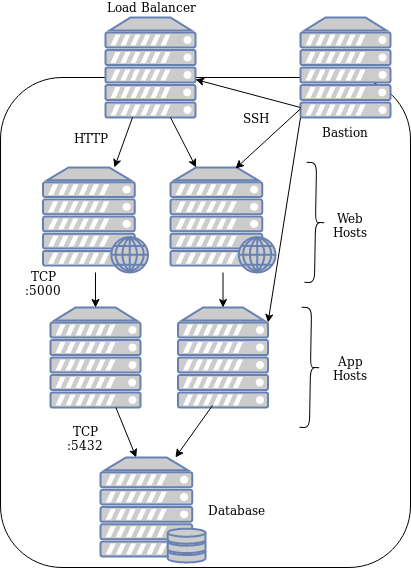
The draw.io diagram slides/img/cotd-bastion-arch.png in heytrav/ansible-workshop-2019, before a commit. Source tidied: cells renumbered, new cells last; positions are measured from the earlier drawing's top-left corner, leaving out a move shared by most shapes. Source of this version:
```xml
<mxGraphModel>
  <root>
    <mxCell id="0" />
    <mxCell id="1" parent="0" />
    <mxCell id="2" style="rounded=1;whiteSpace=wrap;html=1;" parent="1" vertex="1">
      <mxGeometry y="60" width="410" height="490" as="geometry" />
    </mxCell>
    <mxCell id="3" style="fontColor=#0066CC;verticalAlign=top;verticalLabelPosition=bottom;labelPosition=center;align=center;html=1;outlineConnect=0;fillColor=#CCCCCC;strokeColor=#6881B3;gradientColor=none;gradientDirection=north;strokeWidth=2;shape=mxgraph.networks.server;" parent="1" vertex="1">
      <mxGeometry x="50" y="290" width="90" height="100" as="geometry" />
    </mxCell>
    <mxCell id="4" style="fontColor=#0066CC;verticalAlign=top;verticalLabelPosition=bottom;labelPosition=center;align=center;html=1;outlineConnect=0;fillColor=#CCCCCC;strokeColor=#6881B3;gradientColor=none;gradientDirection=north;strokeWidth=2;shape=mxgraph.networks.web_server;" parent="1" vertex="1">
      <mxGeometry x="42.5" y="150" width="105" height="105" as="geometry" />
    </mxCell>
    <mxCell id="5" style="endArrow=classic;html=1;entryX=0.5;entryY=0;entryDx=0;entryDy=0;entryPerimeter=0;" parent="1" edge="1" source="4" target="3">
      <mxGeometry relative="1" as="geometry" />
    </mxCell>
    <mxCell id="6" style="fontColor=#0066CC;verticalAlign=top;verticalLabelPosition=bottom;labelPosition=center;align=center;html=1;outlineConnect=0;fillColor=#CCCCCC;strokeColor=#6881B3;gradientColor=none;gradientDirection=north;strokeWidth=2;shape=mxgraph.networks.server;" parent="1" vertex="1">
      <mxGeometry x="177.5" y="290" width="90" height="100" as="geometry" />
    </mxCell>
    <mxCell id="7" style="fontColor=#0066CC;verticalAlign=top;verticalLabelPosition=bottom;labelPosition=center;align=center;html=1;outlineConnect=0;fillColor=#CCCCCC;strokeColor=#6881B3;gradientColor=none;gradientDirection=north;strokeWidth=2;shape=mxgraph.networks.web_server;" parent="1" vertex="1">
      <mxGeometry x="170" y="150" width="105" height="105" as="geometry" />
    </mxCell>
    <mxCell id="8" style="endArrow=classic;html=1;entryX=0.5;entryY=0;entryDx=0;entryDy=0;entryPerimeter=0;" parent="1" edge="1" source="7" target="6">
      <mxGeometry relative="1" as="geometry" />
    </mxCell>
    <mxCell id="9" style="endArrow=classic;html=1;" parent="1" edge="1" source="3">
      <mxGeometry relative="1" as="geometry">
        <mxPoint x="135.7" y="440" as="targetPoint" />
      </mxGeometry>
    </mxCell>
    <mxCell id="10" style="endArrow=classic;html=1;exitX=0.383;exitY=0.98;exitDx=0;exitDy=0;exitPerimeter=0;" parent="1" edge="1" source="6">
      <mxGeometry relative="1" as="geometry">
        <mxPoint x="174.9" y="440" as="targetPoint" />
      </mxGeometry>
    </mxCell>
    <mxCell id="11" value="&amp;nbsp;&lt;font color=&quot;#000000&quot;&gt;Load Balancer&lt;/font&gt;" style="fontColor=#0066CC;verticalAlign=bottom;verticalLabelPosition=top;labelPosition=center;align=center;html=1;outlineConnect=0;fillColor=#CCCCCC;strokeColor=#6881B3;gradientColor=none;gradientDirection=north;strokeWidth=2;shape=mxgraph.networks.server;" parent="1" vertex="1">
      <mxGeometry x="105" width="90" height="100" as="geometry" />
    </mxCell>
    <mxCell id="12" style="endArrow=classic;html=1;" parent="1" edge="1" source="11" target="4">
      <mxGeometry relative="1" as="geometry" />
    </mxCell>
    <mxCell id="13" style="endArrow=classic;html=1;" parent="1" edge="1" target="7">
      <mxGeometry relative="1" as="geometry">
        <mxPoint x="170" y="100" as="sourcePoint" />
      </mxGeometry>
    </mxCell>
    <mxCell id="14" value="HTTP" style="text;html=1;strokeColor=none;fillColor=none;align=center;verticalAlign=middle;whiteSpace=wrap;rounded=0;" parent="1" vertex="1">
      <mxGeometry x="70" y="110" width="40" height="20" as="geometry" />
    </mxCell>
    <mxCell id="15" value="&lt;div&gt;TCP :5000&lt;/div&gt;" style="text;html=1;strokeColor=none;fillColor=none;align=center;verticalAlign=middle;whiteSpace=wrap;rounded=0;" parent="1" vertex="1">
      <mxGeometry x="22.5" y="255" width="40" height="20" as="geometry" />
    </mxCell>
    <mxCell id="16" value="TCP :5432" style="text;html=1;strokeColor=none;fillColor=none;align=center;verticalAlign=middle;whiteSpace=wrap;rounded=0;" parent="1" vertex="1">
      <mxGeometry x="65" y="410" width="40" height="20" as="geometry" />
    </mxCell>
    <mxCell id="17" value="&lt;font color=&quot;#000000&quot;&gt;Bastion&lt;/font&gt;" style="fontColor=#0066CC;verticalAlign=top;verticalLabelPosition=bottom;labelPosition=center;align=center;html=1;outlineConnect=0;fillColor=#CCCCCC;strokeColor=#6881B3;gradientColor=none;gradientDirection=north;strokeWidth=2;shape=mxgraph.networks.server;" parent="1" vertex="1">
      <mxGeometry x="300" width="90" height="100" as="geometry" />
    </mxCell>
    <mxCell id="18" style="endArrow=classic;html=1;" parent="1" edge="1" target="11">
      <mxGeometry relative="1" as="geometry">
        <mxPoint x="300" y="90" as="sourcePoint" />
      </mxGeometry>
    </mxCell>
    <mxCell id="19" style="endArrow=classic;html=1;entryX=0.619;entryY=0.01;entryDx=0;entryDy=0;entryPerimeter=0;" parent="1" edge="1" source="17" target="7">
      <mxGeometry relative="1" as="geometry" />
    </mxCell>
    <mxCell id="20" style="endArrow=classic;html=1;exitX=0;exitY=1;exitDx=0;exitDy=0;exitPerimeter=0;entryX=1;entryY=0.15;entryDx=0;entryDy=0;entryPerimeter=0;" parent="1" edge="1" source="17" target="6">
      <mxGeometry relative="1" as="geometry" />
    </mxCell>
    <mxCell id="21" value="SSH" style="text;html=1;strokeColor=none;fillColor=none;align=center;verticalAlign=middle;whiteSpace=wrap;rounded=0;" parent="1" vertex="1">
      <mxGeometry x="235" y="90" width="40" height="20" as="geometry" />
    </mxCell>
    <mxCell id="22" value="&lt;font color=&quot;#000000&quot;&gt;Database&lt;/font&gt;" style="fontColor=#0066CC;verticalAlign=middle;verticalLabelPosition=middle;labelPosition=right;align=left;html=1;fillColor=#CCCCCC;strokeColor=#6881B3;gradientColor=none;gradientDirection=north;strokeWidth=2;shape=mxgraph.networks.server_storage;" parent="1" vertex="1">
      <mxGeometry x="100" y="440" width="105" height="105" as="geometry" />
    </mxCell>
    <mxCell id="23" style="shape=curlyBracket;whiteSpace=wrap;html=1;rounded=1;rotation=-179;" parent="1" vertex="1">
      <mxGeometry x="300" y="290" width="20" height="120" as="geometry" />
    </mxCell>
    <mxCell id="24" style="shape=curlyBracket;whiteSpace=wrap;html=1;rounded=1;rotation=-179;" parent="1" vertex="1">
      <mxGeometry x="305" y="145" width="20" height="120" as="geometry" />
    </mxCell>
    <mxCell id="25" value="Web Hosts" style="text;html=1;strokeColor=none;fillColor=none;align=center;verticalAlign=middle;whiteSpace=wrap;rounded=0;" parent="1" vertex="1">
      <mxGeometry x="325" y="195" width="50" height="25" as="geometry" />
    </mxCell>
    <mxCell id="26" value="App Hosts" style="text;html=1;strokeColor=none;fillColor=none;align=center;verticalAlign=middle;whiteSpace=wrap;rounded=0;" parent="1" vertex="1">
      <mxGeometry x="325" y="337.5" width="50" height="25" as="geometry" />
    </mxCell>
  </root>
</mxGraphModel>
```
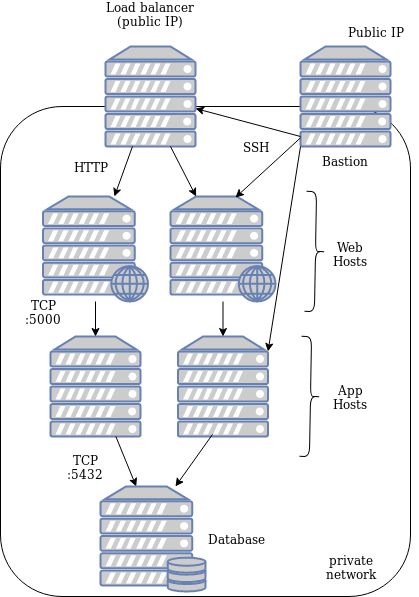
Later version of the same file.

Diff of the diagram source:
```diff
@@ -33,7 +33,7 @@
         <mxPoint x="174.9" y="440" as="targetPoint" />
       </mxGeometry>
     </mxCell>
-    <mxCell id="11" value="&amp;nbsp;&lt;font color=&quot;#000000&quot;&gt;Load Balancer&lt;/font&gt;" style="fontColor=#0066CC;verticalAlign=bottom;verticalLabelPosition=top;labelPosition=center;align=center;html=1;outlineConnect=0;fillColor=#CCCCCC;strokeColor=#6881B3;gradientColor=none;gradientDirection=north;strokeWidth=2;shape=mxgraph.networks.server;" parent="1" vertex="1">
+    <mxCell id="11" value="&lt;div&gt;&lt;font color=&quot;#000000&quot;&gt;Load balancer &lt;br&gt;&lt;/font&gt;&lt;/div&gt;&lt;div&gt;&lt;font color=&quot;#000000&quot;&gt;(public IP)&lt;/font&gt;&lt;/div&gt;&lt;div&gt;&lt;font color=&quot;#000000&quot;&gt;&lt;br&gt;&lt;/font&gt;&lt;/div&gt;" style="fontColor=#0066CC;verticalAlign=bottom;verticalLabelPosition=top;labelPosition=center;align=center;html=1;outlineConnect=0;fillColor=#CCCCCC;strokeColor=#6881B3;gradientColor=none;gradientDirection=north;strokeWidth=2;shape=mxgraph.networks.server;" parent="1" vertex="1">
       <mxGeometry x="105" width="90" height="100" as="geometry" />
     </mxCell>
     <mxCell id="12" style="endArrow=classic;html=1;" parent="1" edge="1" source="11" target="4">
@@ -85,5 +85,11 @@
     <mxCell id="26" value="App Hosts" style="text;html=1;strokeColor=none;fillColor=none;align=center;verticalAlign=middle;whiteSpace=wrap;rounded=0;" parent="1" vertex="1">
       <mxGeometry x="325" y="337.5" width="50" height="25" as="geometry" />
     </mxCell>
+    <mxCell id="27" value="Public IP" style="text;html=1;strokeColor=none;fillColor=none;align=center;verticalAlign=middle;whiteSpace=wrap;rounded=0;" parent="1" vertex="1">
+      <mxGeometry x="332.5" y="-30" width="85" height="30" as="geometry" />
+    </mxCell>
+    <mxCell id="28" value="private network" style="text;html=1;strokeColor=none;fillColor=none;align=center;verticalAlign=middle;whiteSpace=wrap;rounded=0;" parent="1" vertex="1">
+      <mxGeometry x="330" y="510" width="40" height="20" as="geometry" />
+    </mxCell>
   </root>
 </mxGraphModel>
```
